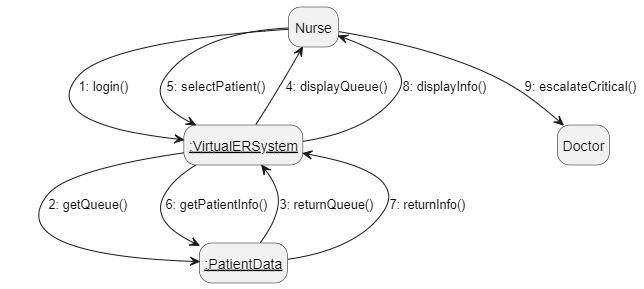
SENG-350-2024-fall/Group2 keeps this PlantUML diagram as milestone_2/Brandon_Diagrams/collaborationNurse.png. Above is the earlier version. Its source is kept beside it as milestone_2/Brandon_Diagrams/collaborationNurse.puml.
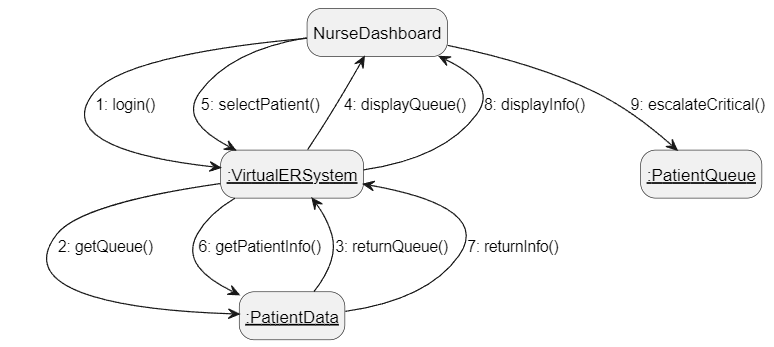
After the change.

The edit, as a diff of the source:
```diff
@@ -1,14 +1,14 @@
 @startuml nurseCollaboration
 hide empty description
 
-Nurse --> __:VirtualERSystem__ : 1: login()
+NurseDashboard --> __:VirtualERSystem__ : 1: login()
 __:VirtualERSystem__ --> __:PatientData__ : 2: getQueue()
 __:PatientData__ --> __:VirtualERSystem__ : 3: returnQueue()
-__:VirtualERSystem__ --> Nurse : 4: displayQueue()
-Nurse --> __:VirtualERSystem__ : 5: selectPatient()
+__:VirtualERSystem__ --> NurseDashboard : 4: displayQueue()
+NurseDashboard --> __:VirtualERSystem__ : 5: selectPatient()
 __:VirtualERSystem__ --> __:PatientData__ : 6: getPatientInfo()
 __:PatientData__ --> __:VirtualERSystem__ : 7: returnInfo()
-__:VirtualERSystem__ --> Nurse : 8: displayInfo()
-Nurse --> Doctor : 9: escalateCritical()
+__:VirtualERSystem__ --> NurseDashboard : 8: displayInfo()
+NurseDashboard --> __:PatientQueue__ : 9: escalateCritical()
 
 @enduml
```
